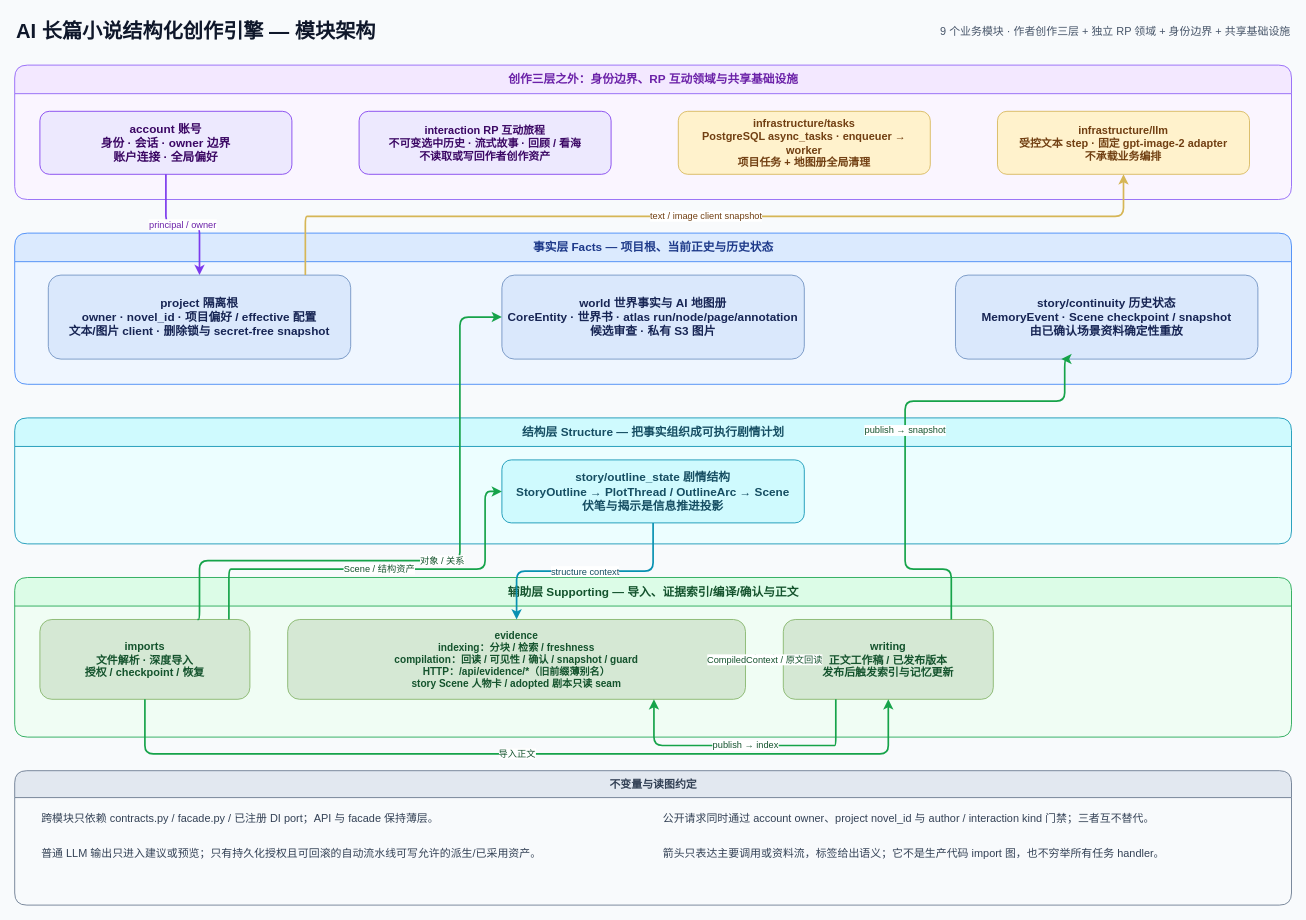
Earlier version of the draw.io diagram docs/architecture/module-architecture.drawio (FengHuoLinShan/ai-writing-assist). Source tidied: cells renumbered, new cells numbered last; positions are measured from the earlier drawing's top-left corner, leaving out a move shared by most shapes. Both pictures are drawn from the tidied source at 84%, with x=0, y=0 at pixel (14, 14).
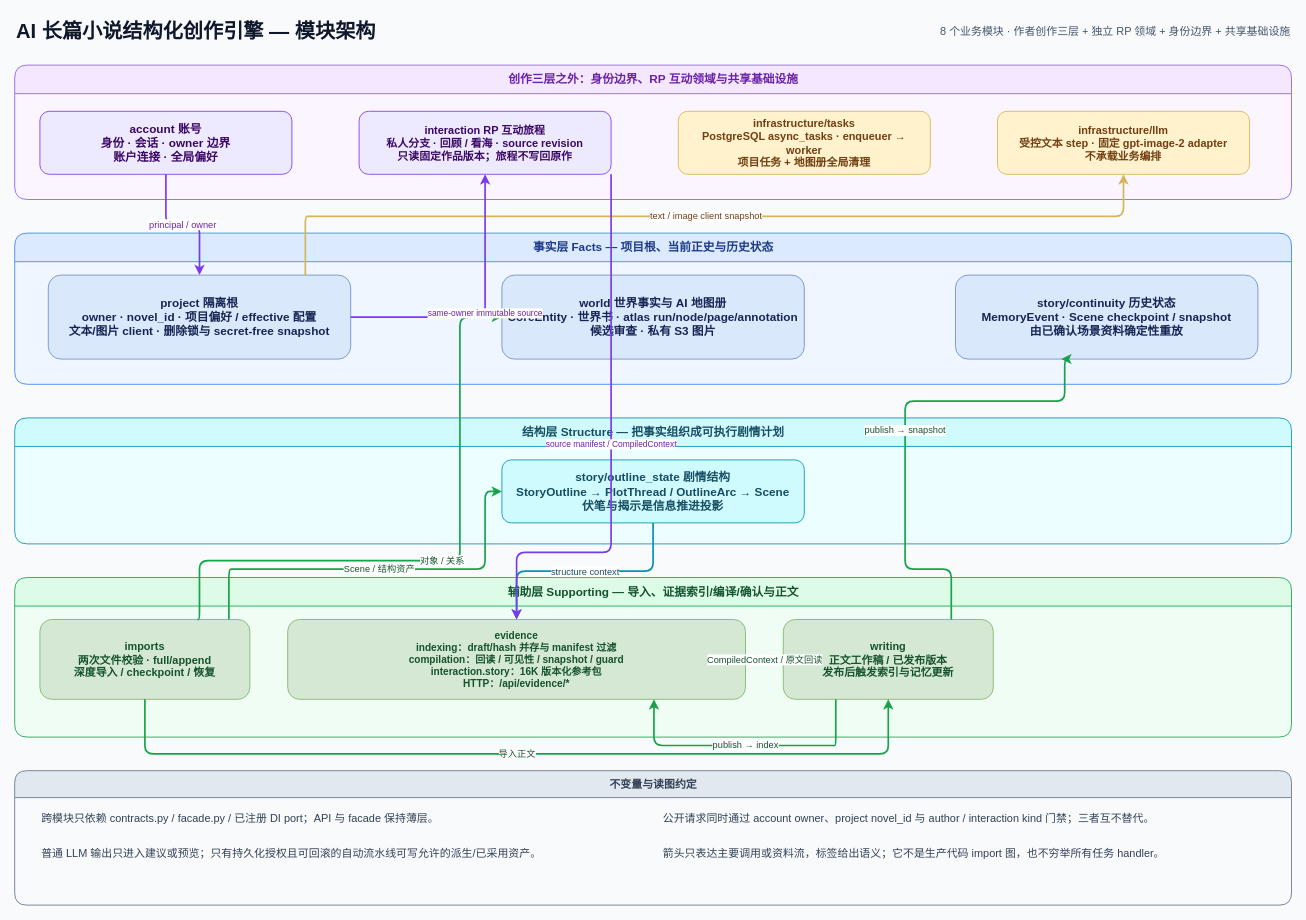
After the change.

The change refers to these unchanged cells:
```xml
<mxCell id="4" value="创作三层之外：身份边界、RP 互动领域与共享基础设施" style="swimlane;startSize=34;horizontal=1;rounded=1;html=1;fillColor=#f3e8ff;swimlaneFillColor=#faf5ff;strokeColor=#8b5cf6;fontColor=#6b21a8;fontSize=14;fontStyle=1;" parent="1" vertex="1">
  <mxGeometry y="60" width="1520" height="160" as="geometry" />
</mxCell>
<mxCell id="10" value="project 隔离根&#10;owner · novel_id · 项目偏好 / effective 配置&#10;文本/图片 client · 删除锁与 secret-free snapshot" style="rounded=1;whiteSpace=wrap;html=1;fillColor=#dae8fc;strokeColor=#6c8ebf;fontColor=#172554;fontSize=14;fontStyle=1;spacing=8;" parent="9" vertex="1">
  <mxGeometry x="40" y="50" width="360" height="100" as="geometry" />
</mxCell>
<mxCell id="15" value="辅助层 Supporting — 导入、证据索引/编译/确认与正文" style="swimlane;startSize=34;horizontal=1;rounded=1;html=1;fillColor=#dcfce7;swimlaneFillColor=#f0fdf4;strokeColor=#16a34a;fontColor=#14532d;fontSize=14;fontStyle=1;" parent="1" vertex="1">
  <mxGeometry y="670" width="1520" height="190" as="geometry" />
</mxCell>
```

The edit, as a diff of the source:
```diff
@@
-    <mxCell id="3" value="9 个业务模块 · 作者创作三层 + 独立 RP 领域 + 身份边界 + 共享基础设施" style="text;html=1;align=right;verticalAlign=middle;fontSize=13;fontColor=#475569;" parent="1" vertex="1">
+    <mxCell id="3" value="8 个业务模块 · 作者创作三层 + 独立 RP 领域 + 身份边界 + 共享基础设施" style="text;html=1;align=right;verticalAlign=middle;fontSize=13;fontColor=#475569;" parent="1" vertex="1">
       <mxGeometry x="760" y="5" width="760" height="30" as="geometry" />
     </mxCell>
@@
-    <mxCell id="6" value="interaction RP 互动旅程&#10;不可变选中历史 · 流式故事 · 回顾 / 看海&#10;不读取或写回作者创作资产" style="rounded=1;whiteSpace=wrap;html=1;fillColor=#ede9fe;strokeColor=#7c3aed;fontColor=#3b0764;fontSize=13;fontStyle=1;spacing=8;" parent="4" vertex="1">
+    <mxCell id="6" value="interaction RP 互动旅程&#10;私人分支 · 回顾 / 看海 · source revision&#10;只读固定作品版本；旅程不写回原作" style="rounded=1;whiteSpace=wrap;html=1;fillColor=#ede9fe;strokeColor=#7c3aed;fontColor=#3b0764;fontSize=13;fontStyle=1;spacing=8;" parent="4" vertex="1">
       <mxGeometry x="410" y="55" width="300" height="75" as="geometry" />
     </mxCell>
@@
-    <mxCell id="16" value="imports&#10;文件解析 · 深度导入&#10;授权 / checkpoint / 恢复" style="rounded=1;whiteSpace=wrap;html=1;fillColor=#d5e8d4;strokeColor=#82b366;fontColor=#14532d;fontSize=13;fontStyle=1;spacing=8;" parent="15" vertex="1">
+    <mxCell id="16" value="imports&#10;两次文件校验 · full/append&#10;深度导入 / checkpoint / 恢复" style="rounded=1;whiteSpace=wrap;html=1;fillColor=#d5e8d4;strokeColor=#82b366;fontColor=#14532d;fontSize=13;fontStyle=1;spacing=8;" parent="15" vertex="1">
       <mxGeometry x="30" y="50" width="250" height="95" as="geometry" />
     </mxCell>
-    <mxCell id="17" value="evidence&#10;indexing：分块 / 检索 / freshness&#10;compilation：回读 / 可见性 / 确认 / snapshot / guard&#10;HTTP：/api/evidence/*（旧前缀薄别名）&#10;story Scene 人物卡 / adopted 剧本只读 seam" style="rounded=1;whiteSpace=wrap;html=1;fillColor=#d5e8d4;strokeColor=#82b366;fontColor=#14532d;fontSize=12;fontStyle=1;spacing=8;" parent="15" vertex="1">
+    <mxCell id="17" value="evidence&#10;indexing：draft/hash 并存与 manifest 过滤&#10;compilation：回读 / 可见性 / snapshot / guard&#10;interaction.story：16K 版本化参考包&#10;HTTP：/api/evidence/*" style="rounded=1;whiteSpace=wrap;html=1;fillColor=#d5e8d4;strokeColor=#82b366;fontColor=#14532d;fontSize=12;fontStyle=1;spacing=8;" parent="15" vertex="1">
       <mxGeometry x="325" y="50" width="545" height="95" as="geometry" />
     </mxCell>
@@
+    <mxCell id="33" value="same-owner immutable source" style="edgeStyle=orthogonalEdgeStyle;rounded=1;jettySize=auto;html=1;strokeColor=#7c3aed;strokeWidth=2;endArrow=classic;endFill=1;labelBackgroundColor=#ffffff;fontSize=10;fontColor=#6b21a8;" parent="1" edge="1" source="10" target="6">
+      <mxGeometry relative="1" as="geometry" />
+    </mxCell>
+    <mxCell id="34" value="source manifest / CompiledContext" style="edgeStyle=orthogonalEdgeStyle;rounded=1;jettySize=auto;html=1;strokeColor=#7c3aed;strokeWidth=2;endArrow=classic;endFill=1;labelBackgroundColor=#ffffff;fontSize=10;fontColor=#6b21a8;" parent="1" edge="1" source="6" target="17">
+      <mxGeometry relative="1" as="geometry">
+        <Array as="points">
+          <mxPoint x="710" y="640" />
+        </Array>
+      </mxGeometry>
+    </mxCell>
```
